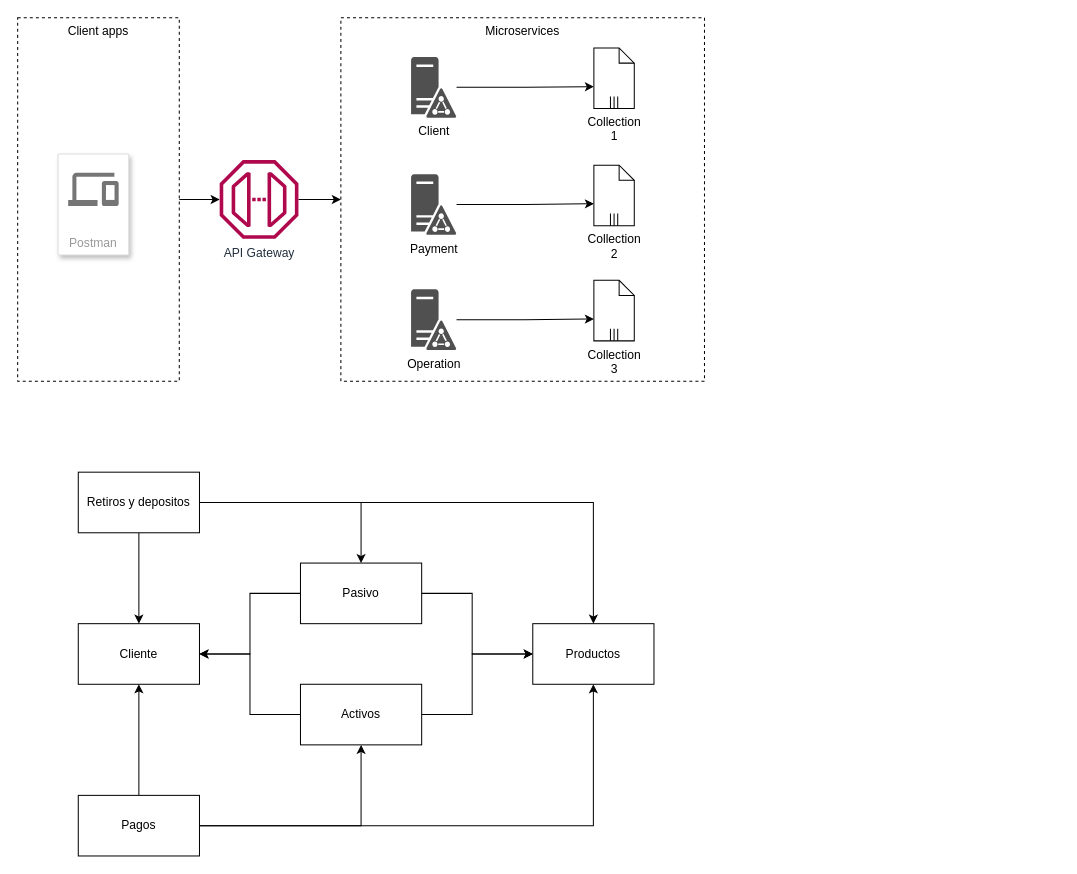
Above: page "Microservicios" (1 of 2) of Diagrama-solucon.drawio in SpDkMn01/bootcamp_documentation (draw.io), before the change. Source tidied: cells renumbered, new cells numbered last; positions are measured from the earlier drawing's top-left corner, leaving out a move shared by most shapes. Both pictures are drawn from the tidied source at 101%, with x=0, y=0 at pixel (17, 17).
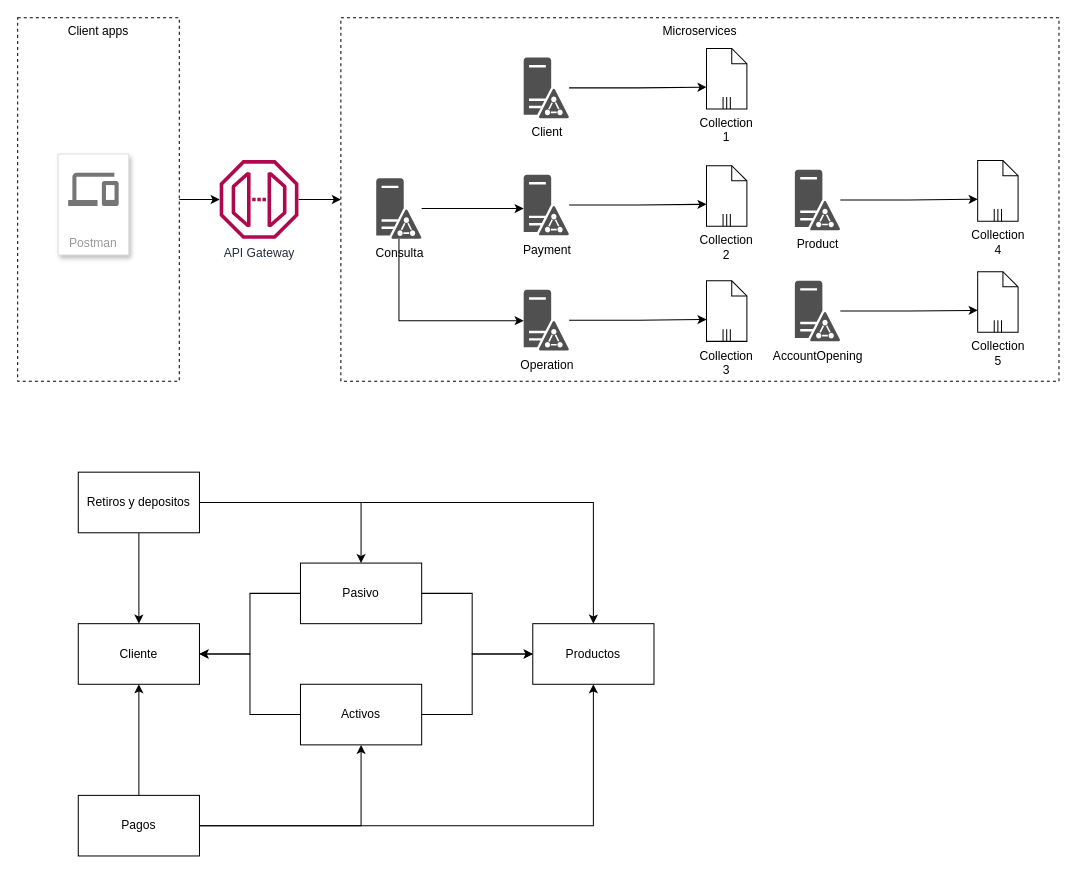
The same diagram, later.

What changed in the source:
```diff
@@
     <mxCell id="19" value="Microservices&#10;" style="dashed=1;verticalAlign=top;fontStyle=0;" parent="1" vertex="1">
-      <mxGeometry x="320" width="360" height="360" as="geometry" />
+      <mxGeometry x="320" width="711" height="360" as="geometry" />
     </mxCell>
@@
     <mxCell id="23" value="Payment&lt;br&gt;" style="sketch=0;shadow=0;dashed=0;html=1;strokeColor=none;fillColor=#505050;labelPosition=center;verticalLabelPosition=bottom;verticalAlign=top;outlineConnect=0;align=center;shape=mxgraph.office.servers.active_directory_federation_services_server;" parent="1" vertex="1">
-      <mxGeometry x="389.5" y="155" width="45" height="60" as="geometry" />
+      <mxGeometry x="501" y="155.5" width="45" height="60" as="geometry" />
     </mxCell>
     <mxCell id="24" value="Collection 2" style="shape=mxgraph.bpmn.data;labelPosition=center;verticalLabelPosition=bottom;align=center;verticalAlign=top;whiteSpace=wrap;size=15;html=1;bpmnTransferType=none;isCollection=1;" parent="1" vertex="1">
-      <mxGeometry x="570.5" y="146" width="40" height="60" as="geometry" />
+      <mxGeometry x="682" y="146.5" width="40" height="60" as="geometry" />
     </mxCell>
@@
     <mxCell id="26" value="Operation" style="sketch=0;shadow=0;dashed=0;html=1;strokeColor=none;fillColor=#505050;labelPosition=center;verticalLabelPosition=bottom;verticalAlign=top;outlineConnect=0;align=center;shape=mxgraph.office.servers.active_directory_federation_services_server;" parent="1" vertex="1">
-      <mxGeometry x="389.5" y="269" width="45" height="60" as="geometry" />
+      <mxGeometry x="501" y="269.5" width="45" height="60" as="geometry" />
     </mxCell>
     <mxCell id="27" value="Collection 3" style="shape=mxgraph.bpmn.data;labelPosition=center;verticalLabelPosition=bottom;align=center;verticalAlign=top;whiteSpace=wrap;size=15;html=1;bpmnTransferType=none;isCollection=1;" parent="1" vertex="1">
-      <mxGeometry x="570.5" y="260" width="40" height="60" as="geometry" />
+      <mxGeometry x="682" y="260.5" width="40" height="60" as="geometry" />
     </mxCell>
@@
     <mxCell id="29" value="Client" style="sketch=0;shadow=0;dashed=0;html=1;strokeColor=none;fillColor=#505050;labelPosition=center;verticalLabelPosition=bottom;verticalAlign=top;outlineConnect=0;align=center;shape=mxgraph.office.servers.active_directory_federation_services_server;" parent="1" vertex="1">
-      <mxGeometry x="389.5" y="39" width="45" height="60" as="geometry" />
+      <mxGeometry x="501" y="39.5" width="45" height="60" as="geometry" />
     </mxCell>
     <mxCell id="30" value="Collection 1" style="shape=mxgraph.bpmn.data;labelPosition=center;verticalLabelPosition=bottom;align=center;verticalAlign=top;whiteSpace=wrap;size=15;html=1;bpmnTransferType=none;isCollection=1;" parent="1" vertex="1">
-      <mxGeometry x="570.5" y="30" width="40" height="60" as="geometry" />
+      <mxGeometry x="682" y="30.5" width="40" height="60" as="geometry" />
     </mxCell>
@@
+    <mxCell id="34" style="edgeStyle=orthogonalEdgeStyle;rounded=0;jettySize=auto;html=1;fontSize=10;" parent="1" edge="1" source="36" target="23">
+      <mxGeometry relative="1" as="geometry">
+        <Array as="points">
+          <mxPoint x="481" y="189" />
+          <mxPoint x="481" y="189" />
+        </Array>
+      </mxGeometry>
+    </mxCell>
+    <mxCell id="35" style="edgeStyle=orthogonalEdgeStyle;rounded=0;jettySize=auto;html=1;fontSize=10;" parent="1" edge="1" source="36" target="26">
+      <mxGeometry relative="1" as="geometry">
+        <Array as="points">
+          <mxPoint x="378" y="300" />
+        </Array>
+      </mxGeometry>
+    </mxCell>
+    <mxCell id="36" value="Consulta" style="sketch=0;shadow=0;dashed=0;html=1;strokeColor=none;fillColor=#505050;labelPosition=center;verticalLabelPosition=bottom;verticalAlign=top;outlineConnect=0;align=center;shape=mxgraph.office.servers.active_directory_federation_services_server;" parent="1" vertex="1">
+      <mxGeometry x="355" y="159" width="45" height="60" as="geometry" />
+    </mxCell>
+    <mxCell id="37" style="edgeStyle=orthogonalEdgeStyle;rounded=0;jettySize=auto;html=1;entryX=0.001;entryY=0.638;entryDx=0;entryDy=0;entryPerimeter=0;" parent="1" edge="1" source="38" target="39">
+      <mxGeometry relative="1" as="geometry" />
+    </mxCell>
+    <mxCell id="38" value="Product" style="sketch=0;shadow=0;dashed=0;html=1;strokeColor=none;fillColor=#505050;labelPosition=center;verticalLabelPosition=bottom;verticalAlign=top;outlineConnect=0;align=center;shape=mxgraph.office.servers.active_directory_federation_services_server;" parent="1" vertex="1">
+      <mxGeometry x="769.5" y="150.5" width="45" height="60" as="geometry" />
+    </mxCell>
+    <mxCell id="39" value="Collection 4" style="shape=mxgraph.bpmn.data;labelPosition=center;verticalLabelPosition=bottom;align=center;verticalAlign=top;whiteSpace=wrap;size=15;html=1;bpmnTransferType=none;isCollection=1;" parent="1" vertex="1">
+      <mxGeometry x="950.5" y="141.5" width="40" height="60" as="geometry" />
+    </mxCell>
+    <mxCell id="40" style="edgeStyle=orthogonalEdgeStyle;rounded=0;jettySize=auto;html=1;entryX=0.001;entryY=0.638;entryDx=0;entryDy=0;entryPerimeter=0;" parent="1" edge="1" source="41" target="42">
+      <mxGeometry relative="1" as="geometry" />
+    </mxCell>
+    <mxCell id="41" value="AccountOpening" style="sketch=0;shadow=0;dashed=0;html=1;strokeColor=none;fillColor=#505050;labelPosition=center;verticalLabelPosition=bottom;verticalAlign=top;outlineConnect=0;align=center;shape=mxgraph.office.servers.active_directory_federation_services_server;" parent="1" vertex="1">
+      <mxGeometry x="769.5" y="260.5" width="45" height="60" as="geometry" />
+    </mxCell>
+    <mxCell id="42" value="Collection 5" style="shape=mxgraph.bpmn.data;labelPosition=center;verticalLabelPosition=bottom;align=center;verticalAlign=top;whiteSpace=wrap;size=15;html=1;bpmnTransferType=none;isCollection=1;" parent="1" vertex="1">
+      <mxGeometry x="950.5" y="251.5" width="40" height="60" as="geometry" />
+    </mxCell>
```
